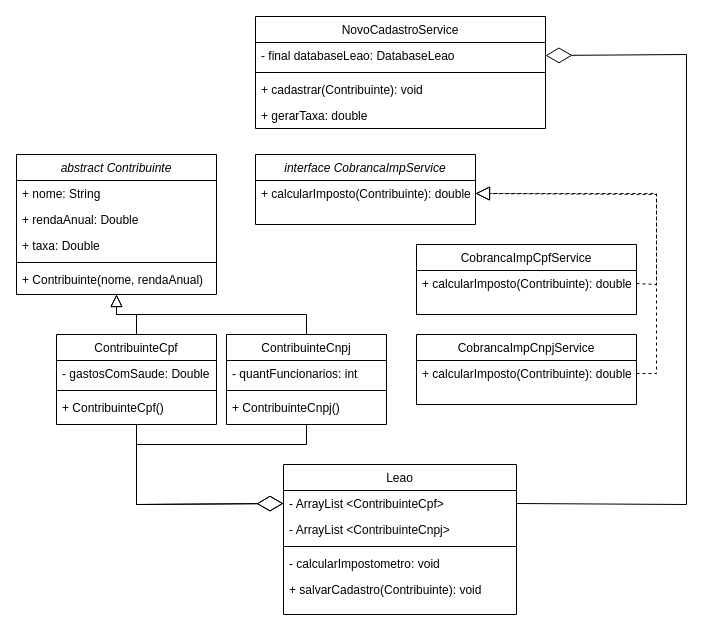
Above: projetoLeao/src/diagrams/UMLclassdiagram.drawio in psicodev0101/poobasicprojects (draw.io), before the change. Source tidied: cells renumbered, new cells numbered last; positions are measured from the earlier drawing's top-left corner, leaving out a move shared by most shapes. Both pictures are drawn from the tidied source at 100%, with x=0, y=0 at pixel (16, 16).
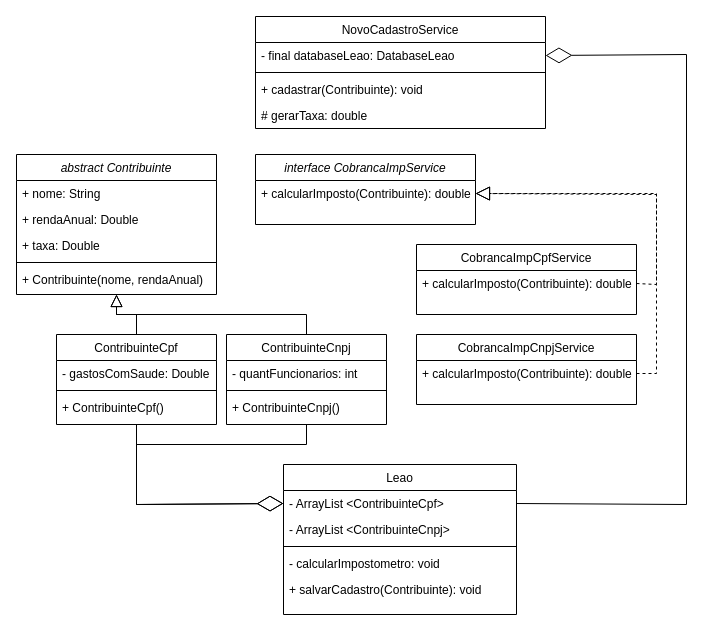
After the change.

Unchanged cells that the change refers to:
```xml
<mxCell id="26" value="NovoCadastroService" style="swimlane;fontStyle=0;align=center;verticalAlign=top;horizontal=1;startSize=26;rounded=0;shadow=0;strokeWidth=1;" parent="1" vertex="1">
  <mxGeometry x="239" width="290" height="112" as="geometry" />
</mxCell>
```

The edit, as a diff of the source:
```diff
@@
-    <mxCell id="30" value="+ gerarTaxa: double" style="text;align=left;verticalAlign=top;spacingLeft=4;spacingRight=4;overflow=hidden;rounded=0;shadow=0;html=0;" parent="26" vertex="1">
+    <mxCell id="30" value="# gerarTaxa: double" style="text;align=left;verticalAlign=top;spacingLeft=4;spacingRight=4;overflow=hidden;rounded=0;shadow=0;html=0;" parent="26" vertex="1">
       <mxGeometry y="86" width="290" height="26" as="geometry" />
     </mxCell>
```
